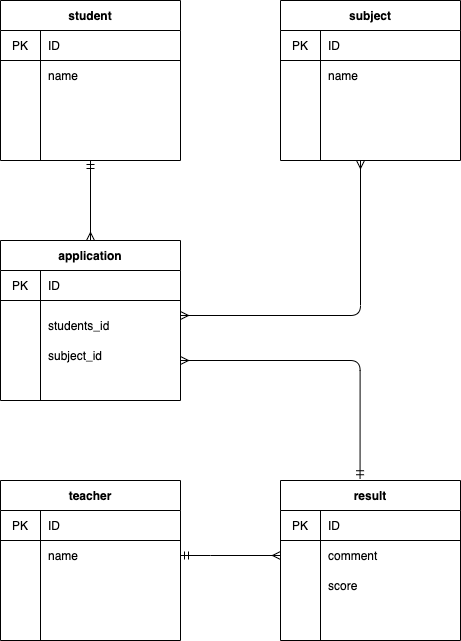
Above: index.drawio.png in haruhai/ertest (draw.io), before the change. Source tidied: cells renumbered, new cells last; positions are measured from the earlier drawing's top-left corner, leaving out a move shared by most shapes.
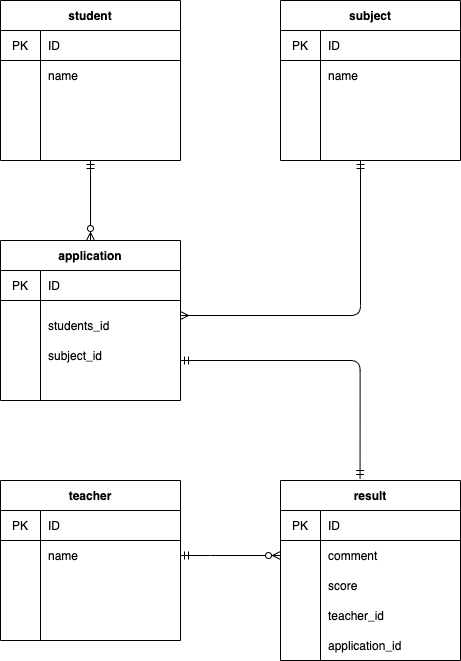
The same file after the commit.

What changed in the source:
```diff
@@ -32,7 +32,7 @@
     <mxCell id="11" style="shape=partialRectangle;html=1;whiteSpace=wrap;fillColor=none;top=0;left=0;bottom=0;right=0;align=left;spacingLeft=6;overflow=hidden;" parent="9" vertex="1">
       <mxGeometry x="40" width="140" height="30" as="geometry" />
     </mxCell>
-    <mxCell id="12" style="edgeStyle=orthogonalEdgeStyle;rounded=0;jettySize=auto;html=1;exitX=0.5;exitY=1;exitDx=0;exitDy=0;entryX=0.5;entryY=0;entryDx=0;entryDy=0;endArrow=ERmany;endFill=0;startArrow=ERmandOne;startFill=0;" parent="1" edge="1" source="13" target="2">
+    <mxCell id="12" style="edgeStyle=orthogonalEdgeStyle;rounded=0;jettySize=auto;html=1;exitX=0.5;exitY=1;exitDx=0;exitDy=0;entryX=0.5;entryY=0;entryDx=0;entryDy=0;endArrow=ERzeroToMany;endFill=1;startArrow=ERmandOne;startFill=0;" parent="1" edge="1" source="13" target="2">
       <mxGeometry relative="1" as="geometry" />
     </mxCell>
     <mxCell id="13" value="student" style="shape=table;startSize=30;rowLines=0;fontStyle=1;align=center;" parent="1" vertex="1">
@@ -126,7 +126,7 @@
       <mxGeometry x="40" width="140" height="30" as="geometry" />
     </mxCell>
     <mxCell id="43" value="result" style="shape=table;startSize=30;rowLines=0;fontStyle=1;align=center;" parent="1" vertex="1">
-      <mxGeometry x="280" y="480" width="180" height="160" as="geometry" />
+      <mxGeometry x="280" y="480" width="180" height="180" as="geometry" />
     </mxCell>
     <mxCell id="44" style="shape=partialRectangle;html=1;whiteSpace=wrap;fillColor=none;top=0;left=0;bottom=1;right=0;" parent="43" vertex="1">
       <mxGeometry y="30" width="180" height="30" as="geometry" />
@@ -158,7 +158,7 @@
     <mxCell id="53" value="students_id" style="shape=partialRectangle;html=1;whiteSpace=wrap;fillColor=none;top=0;left=0;bottom=0;right=0;align=left;spacingLeft=6;overflow=hidden;" parent="1" vertex="1">
       <mxGeometry x="40" y="310" width="140" height="30" as="geometry" />
     </mxCell>
-    <mxCell id="54" style="edgeStyle=orthogonalEdgeStyle;rounded=0;jettySize=auto;html=1;exitX=1;exitY=0.5;exitDx=0;exitDy=0;entryX=0;entryY=0.5;entryDx=0;entryDy=0;endArrow=ERmany;endFill=0;startArrow=ERmandOne;startFill=0;" parent="1" edge="1" source="27" target="47">
+    <mxCell id="54" style="edgeStyle=orthogonalEdgeStyle;rounded=0;jettySize=auto;html=1;exitX=1;exitY=0.5;exitDx=0;exitDy=0;entryX=0;entryY=0.5;entryDx=0;entryDy=0;endArrow=ERzeroToMany;endFill=1;startArrow=ERmandOne;startFill=0;" parent="1" edge="1" source="27" target="47">
       <mxGeometry relative="1" as="geometry">
         <Array as="points">
           <mxPoint x="210" y="555" />
@@ -169,7 +169,7 @@
     <mxCell id="55" value="subject_id" style="shape=partialRectangle;html=1;whiteSpace=wrap;fillColor=none;top=0;left=0;bottom=0;right=0;align=left;spacingLeft=6;overflow=hidden;" parent="1" vertex="1">
       <mxGeometry x="40" y="340" width="140" height="30" as="geometry" />
     </mxCell>
-    <mxCell id="56" style="edgeStyle=segmentEdgeStyle;endArrow=ERmany;html=1;endFill=0;startArrow=ERmany;startFill=0;exitX=1;exitY=0.5;exitDx=0;exitDy=0;" parent="1" edge="1" source="6">
+    <mxCell id="56" style="edgeStyle=segmentEdgeStyle;endArrow=ERmandOne;html=1;endFill=0;startArrow=ERmany;startFill=0;exitX=1;exitY=0.5;exitDx=0;exitDy=0;" parent="1" edge="1" source="6">
       <mxGeometry relative="1" as="geometry">
         <mxPoint x="360" y="160" as="targetPoint" />
         <Array as="points">
@@ -177,10 +177,16 @@
         </Array>
       </mxGeometry>
     </mxCell>
-    <mxCell id="57" style="edgeStyle=segmentEdgeStyle;endArrow=ERmandOne;html=1;entryX=0.442;entryY=-0.011;entryDx=0;entryDy=0;entryPerimeter=0;startArrow=ERmany;startFill=0;endFill=0;" parent="1" edge="1" target="43">
+    <mxCell id="57" style="edgeStyle=segmentEdgeStyle;endArrow=ERmandOne;html=1;entryX=0.442;entryY=-0.011;entryDx=0;entryDy=0;entryPerimeter=0;startArrow=ERmandOne;startFill=0;endFill=0;" parent="1" edge="1" target="43">
       <mxGeometry relative="1" as="geometry">
         <mxPoint x="180" y="360" as="sourcePoint" />
       </mxGeometry>
     </mxCell>
+    <mxCell id="58" value="teacher_id" style="shape=partialRectangle;html=1;whiteSpace=wrap;fillColor=none;top=0;left=0;bottom=0;right=0;align=left;spacingLeft=6;overflow=hidden;" parent="1" vertex="1">
+      <mxGeometry x="320" y="600" width="140" height="30" as="geometry" />
+    </mxCell>
+    <mxCell id="59" value="application_id" style="shape=partialRectangle;html=1;whiteSpace=wrap;fillColor=none;top=0;left=0;bottom=0;right=0;align=left;spacingLeft=6;overflow=hidden;" parent="1" vertex="1">
+      <mxGeometry x="320" y="630" width="140" height="30" as="geometry" />
+    </mxCell>
   </root>
 </mxGraphModel>
```
